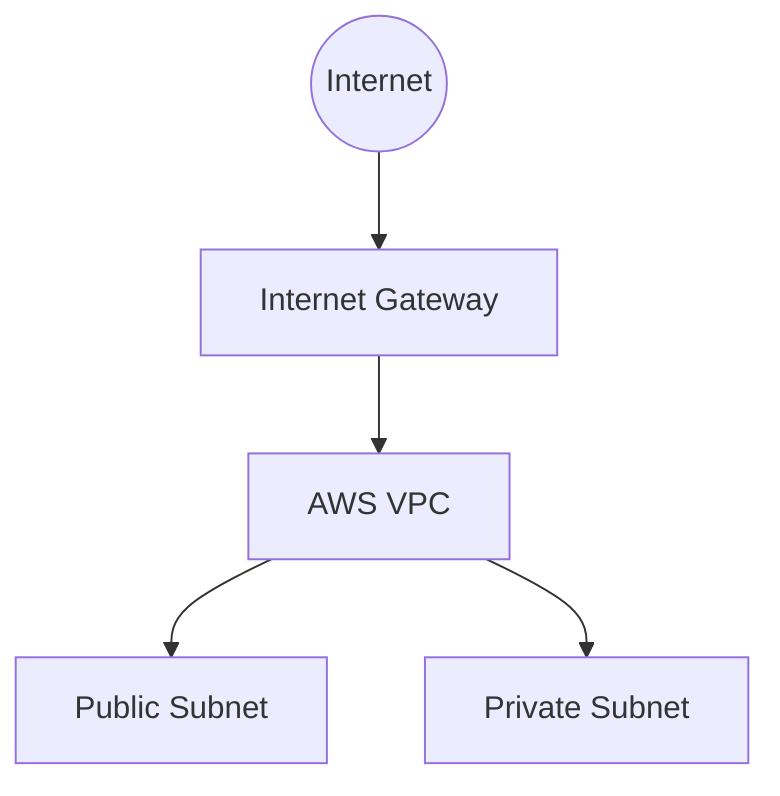
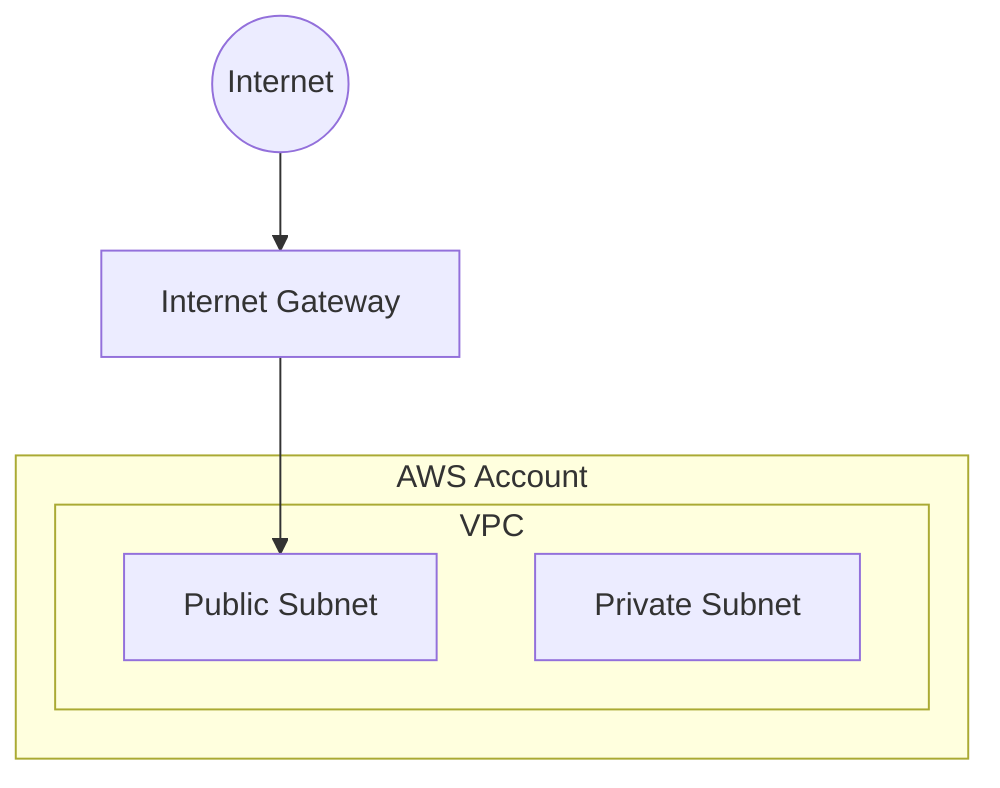
graph TD

    Internet((Internet))

    IGW[Internet Gateway]

-     VPC["AWS VPC"]
+     subgraph AWS["AWS Account"]

-     Public["Public Subnet"]
+         subgraph VPC["VPC"]

-     Private["Private Subnet"]
+             Public["Public Subnet"]
+ 
+             Private["Private Subnet"]
+ 
+         end
+ 
+     end

    Internet --> IGW
-     IGW --> VPC
-     VPC --> Public
-     VPC --> Private+     IGW --> Public